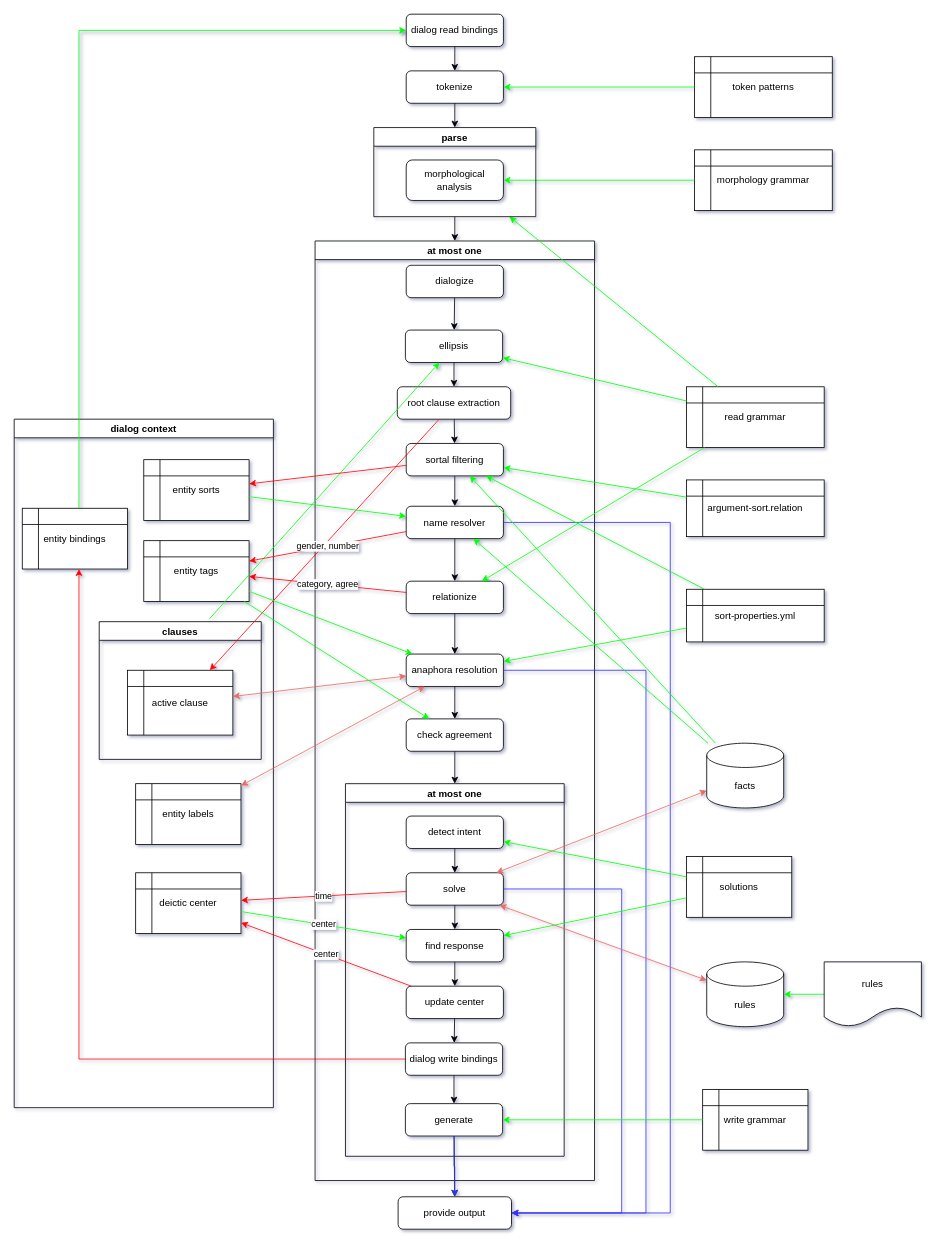
This is doc/diagram/system1.drawio from garfix/nli-go, a draw.io file, before an edit. Source tidied: cells renumbered, new cells numbered last; positions are measured from the earlier drawing's top-left corner, leaving out a move shared by most shapes. Both pictures are drawn from the tidied source at 81%, with x=0, y=0 at pixel (14, 14).
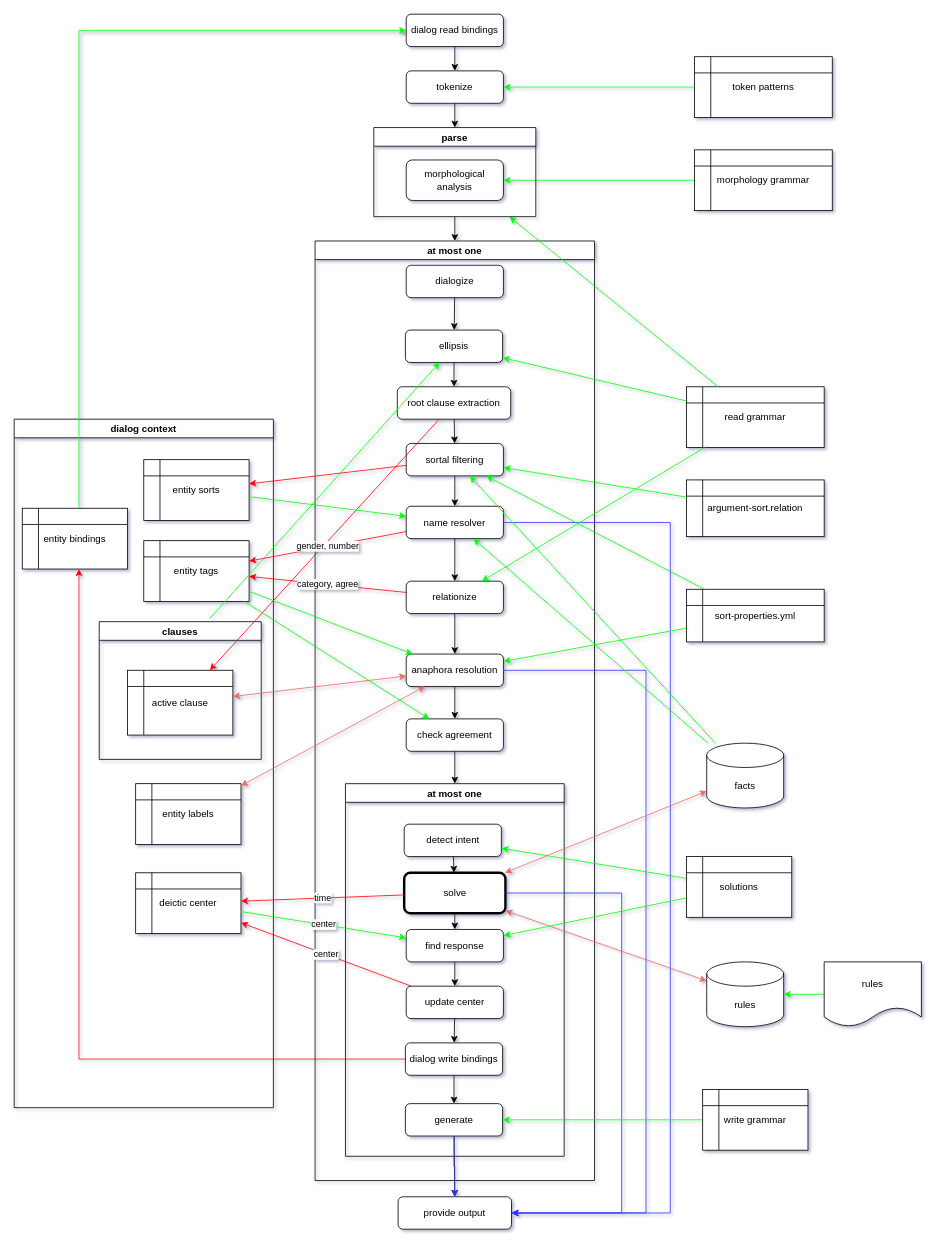
After the change.

The change refers to these unchanged cells:
```xml
<mxCell id="9" value="at most one" style="swimlane;" parent="4" vertex="1">
  <mxGeometry x="37.5" y="670" width="270" height="460" as="geometry" />
</mxCell>
```

Change to the diagram source:
```diff
@@
     <mxCell id="10" value="detect intent" style="rounded=1;whiteSpace=wrap;html=1;" parent="9" vertex="1">
-      <mxGeometry x="75" y="40" width="120" height="40" as="geometry" />
+      <mxGeometry x="72.5" y="50" width="120" height="40" as="geometry" />
     </mxCell>
-    <mxCell id="11" value="solve" style="rounded=1;whiteSpace=wrap;html=1;" parent="9" vertex="1">
-      <mxGeometry x="75" y="110" width="120" height="40" as="geometry" />
+    <mxCell id="11" value="solve" style="rounded=1;whiteSpace=wrap;html=1;strokeWidth=3;" parent="9" vertex="1">
+      <mxGeometry x="72.5" y="110" width="125" height="50" as="geometry" />
     </mxCell>
```
